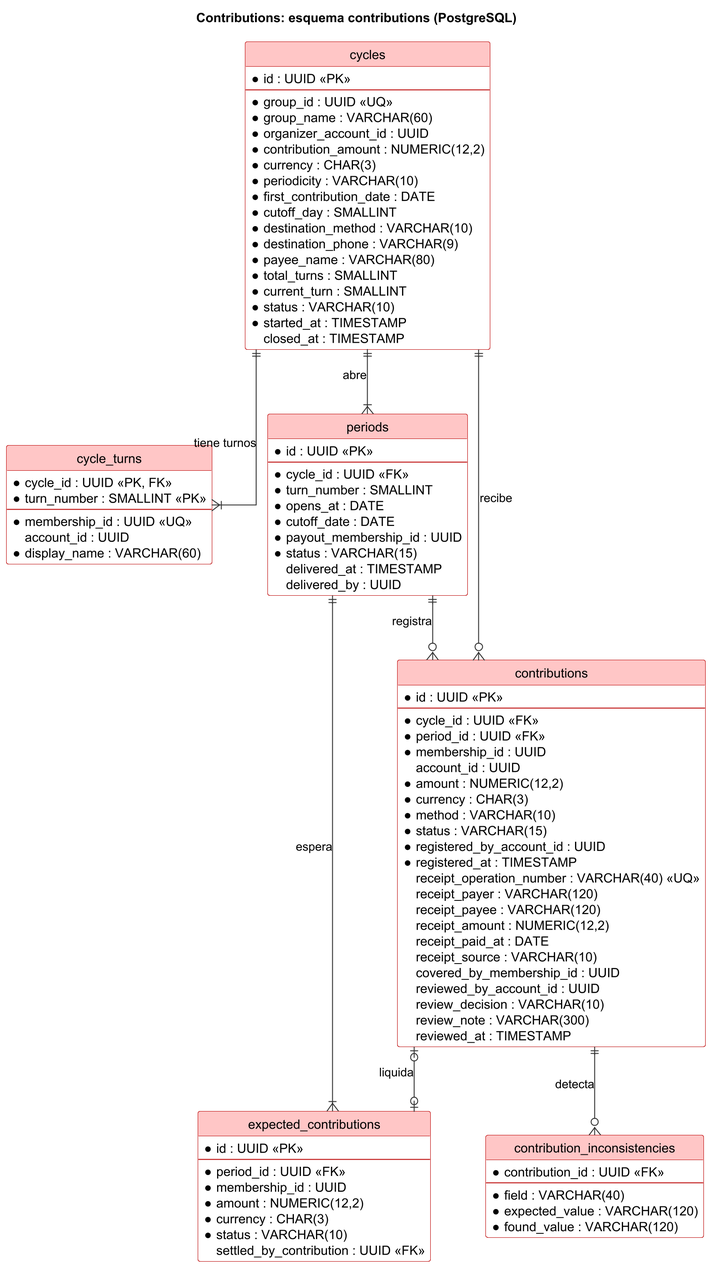
kerolabs/pozzo-doc keeps this PlantUML diagram as docs/images/chapter_2/db_contributions.png. Above is the earlier version.
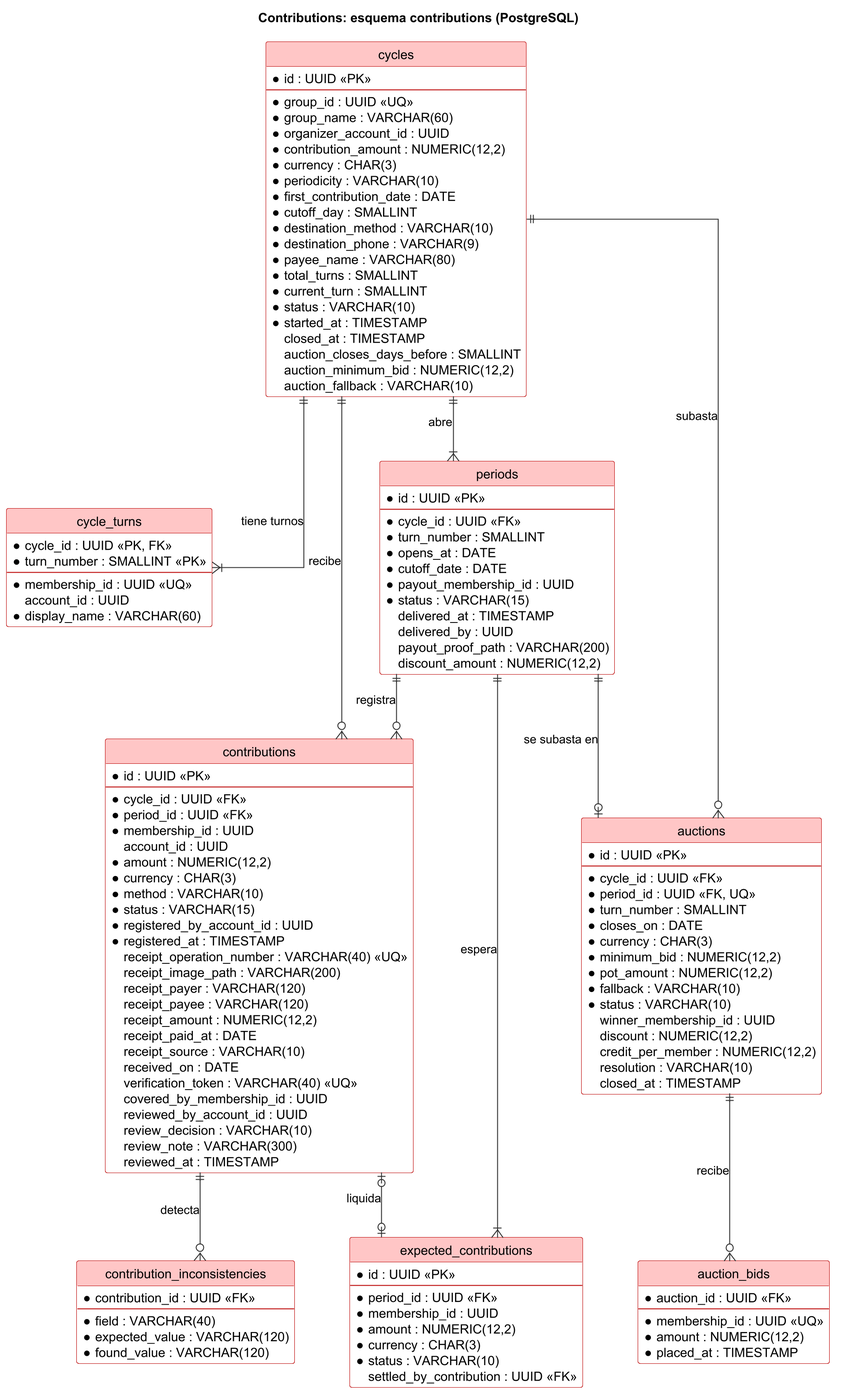
The same file after the commit.

Commit message:
docs: regenerate the diagrams of Contributions and Savings Groups

Diff of the diagram source:
```diff
@@ -34,6 +34,9 @@
   * status : VARCHAR(10)
   * started_at : TIMESTAMP
   closed_at : TIMESTAMP
+  auction_closes_days_before : SMALLINT
+  auction_minimum_bid : NUMERIC(12,2)
+  auction_fallback : VARCHAR(10)
 }
 
 entity "cycle_turns" as cycle_turns {
@@ -56,6 +59,8 @@
   * status : VARCHAR(15)
   delivered_at : TIMESTAMP
   delivered_by : UUID
+  payout_proof_path : VARCHAR(200)
+  discount_amount : NUMERIC(12,2)
 }
 
 entity "expected_contributions" as expected {
@@ -83,11 +88,14 @@
   * registered_by_account_id : UUID
   * registered_at : TIMESTAMP
   receipt_operation_number : VARCHAR(40) <<UQ>>
+  receipt_image_path : VARCHAR(200)
   receipt_payer : VARCHAR(120)
   receipt_payee : VARCHAR(120)
   receipt_amount : NUMERIC(12,2)
   receipt_paid_at : DATE
   receipt_source : VARCHAR(10)
+  received_on : DATE
+  verification_token : VARCHAR(40) <<UQ>>
   covered_by_membership_id : UUID
   reviewed_by_account_id : UUID
   review_decision : VARCHAR(10)
@@ -103,6 +111,33 @@
   * found_value : VARCHAR(120)
 }
 
+entity "auctions" as auctions {
+  * id : UUID <<PK>>
+  --
+  * cycle_id : UUID <<FK>>
+  * period_id : UUID <<FK, UQ>>
+  * turn_number : SMALLINT
+  * closes_on : DATE
+  * currency : CHAR(3)
+  * minimum_bid : NUMERIC(12,2)
+  * pot_amount : NUMERIC(12,2)
+  * fallback : VARCHAR(10)
+  * status : VARCHAR(10)
+  winner_membership_id : UUID
+  discount : NUMERIC(12,2)
+  credit_per_member : NUMERIC(12,2)
+  resolution : VARCHAR(10)
+  closed_at : TIMESTAMP
+}
+
+entity "auction_bids" as bids {
+  * auction_id : UUID <<FK>>
+  --
+  * membership_id : UUID <<UQ>>
+  * amount : NUMERIC(12,2)
+  * placed_at : TIMESTAMP
+}
+
 cycles ||--|{ cycle_turns : "tiene turnos"
 cycles ||--|{ periods : "abre"
 cycles ||--o{ contributions : "recibe"
@@ -110,4 +145,7 @@
 periods ||--o{ contributions : "registra"
 contributions ||--o{ inconsistencies : "detecta"
 contributions |o--o| expected : "liquida"
+cycles ||--o{ auctions : "subasta"
+periods ||--o| auctions : "se subasta en"
+auctions ||--o{ bids : "recibe"
 @enduml
```
